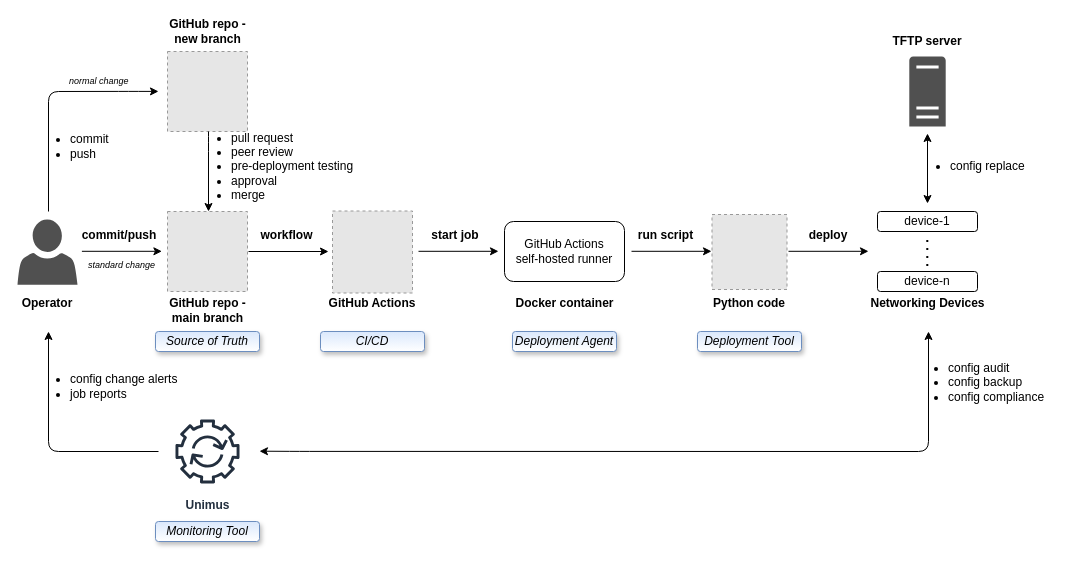
The draw.io diagram diagram-network-automation-github-actions.drawio in gdmoney/network-automation-github-actions, before the edit. Source tidied: cells renumbered, new cells numbered last; positions are measured from the earlier drawing's top-left corner, leaving out a move shared by most shapes. Both pictures are drawn from the tidied source at 100%, with x=0, y=0 at pixel (17, 21). Pictures stored in the file or linked from it are replaced by grey dashed boxes.
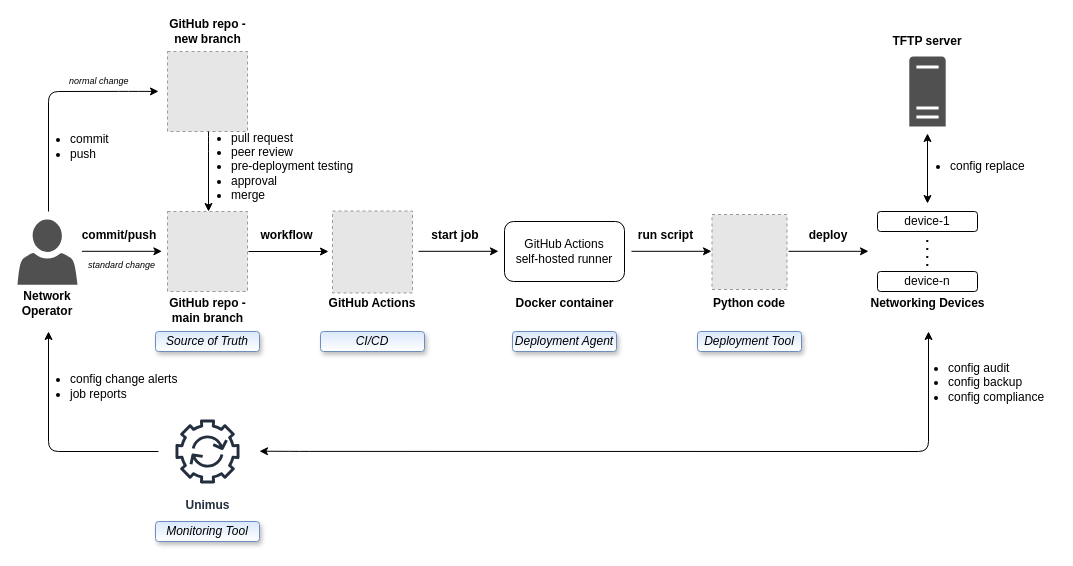
The same page after the edit.

Diff of the diagram source:
```diff
@@
-    <mxCell id="19" value="&lt;b&gt;Operator&lt;/b&gt;" style="text;html=1;strokeColor=none;fillColor=none;align=center;verticalAlign=middle;whiteSpace=wrap;rounded=0;" parent="1" vertex="1">
+    <mxCell id="19" value="&lt;b&gt;Network Operator&lt;/b&gt;" style="text;html=1;strokeColor=none;fillColor=none;align=center;verticalAlign=middle;whiteSpace=wrap;rounded=0;" parent="1" vertex="1">
       <mxGeometry x="10" y="272" width="40" height="20" as="geometry" />
     </mxCell>
```
